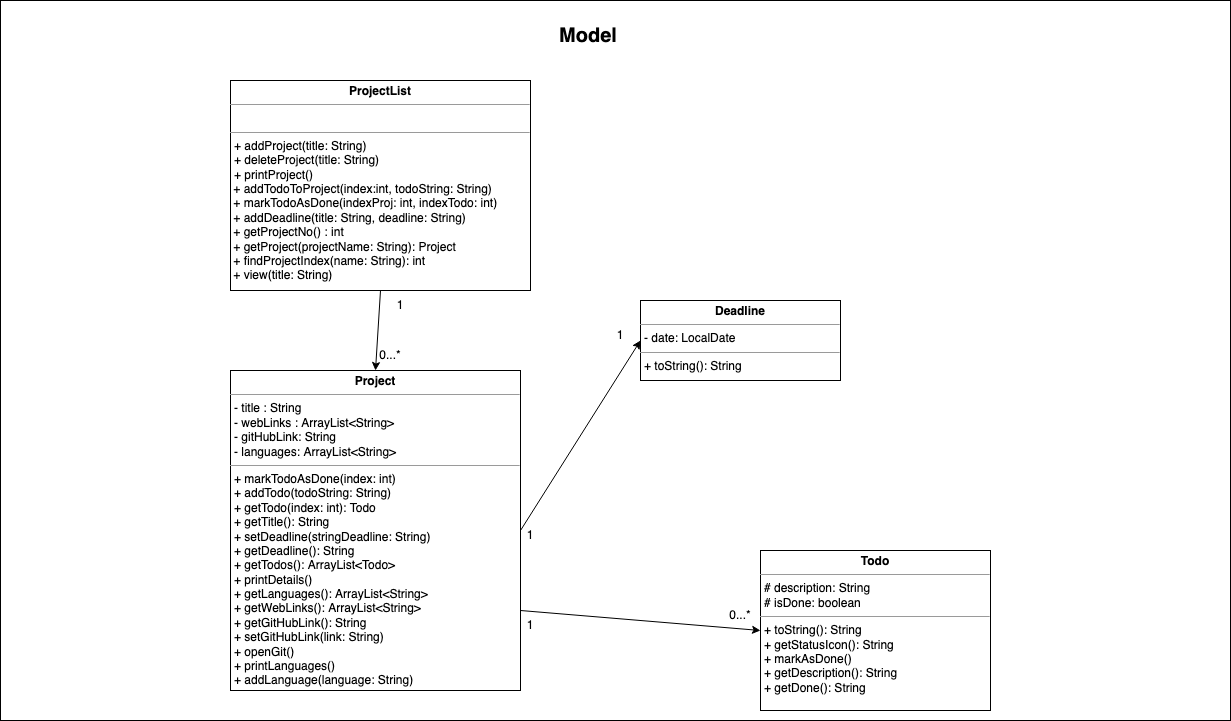
This is docs/UmlDiagrams/Model.png from nus-cs2113-AY2122S2/tp, a draw.io export, as it was before one commit. Source tidied: cells renumbered, new cells last; positions are measured from the earlier drawing's top-left corner, leaving out a move shared by most shapes.
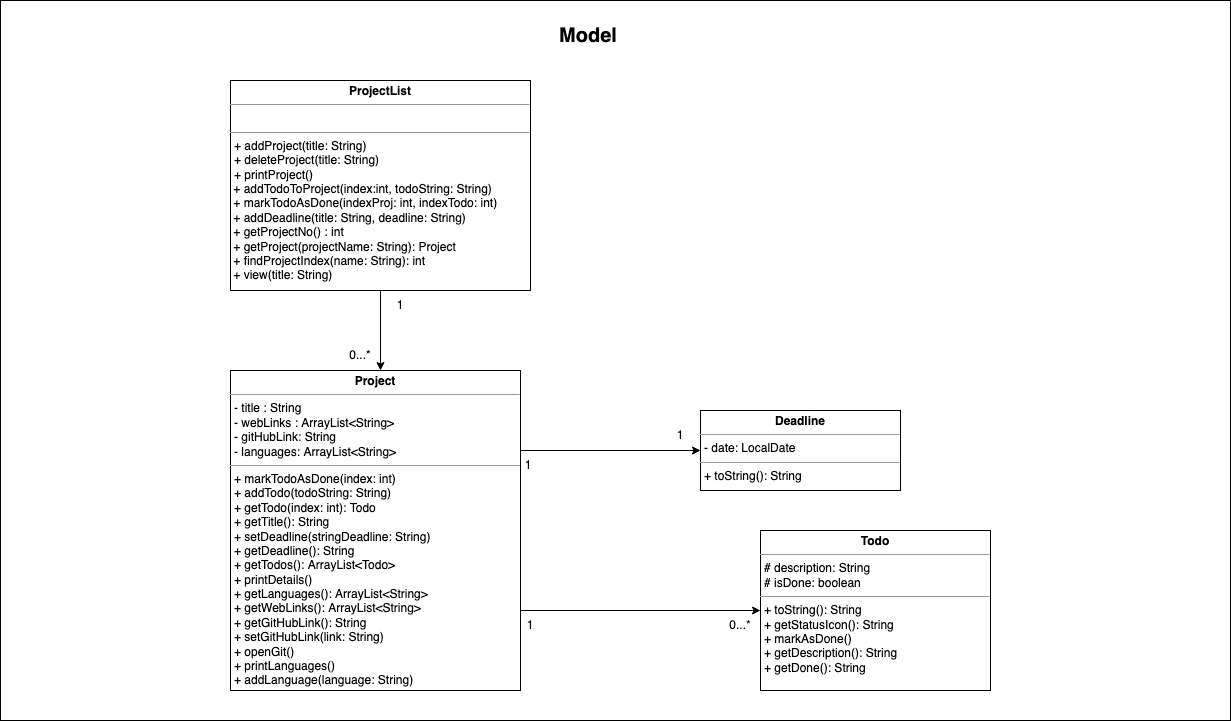
The same diagram one commit later.

What changed in the source:
```diff
@@ -5,13 +5,15 @@
     <mxCell id="2" style="rounded=0;whiteSpace=wrap;html=1;" parent="1" vertex="1">
       <mxGeometry width="1230" height="720" as="geometry" />
     </mxCell>
-    <mxCell id="3" style="rounded=0;jettySize=auto;html=1;exitX=0.5;exitY=1;exitDx=0;exitDy=0;entryX=0.5;entryY=0;entryDx=0;entryDy=0;" parent="1" edge="1" source="4" target="7">
-      <mxGeometry relative="1" as="geometry" />
+    <mxCell id="3" style="rounded=0;jettySize=auto;html=1;exitX=0.5;exitY=1;exitDx=0;exitDy=0;" parent="1" edge="1" source="4">
+      <mxGeometry relative="1" as="geometry">
+        <mxPoint x="380" y="370" as="targetPoint" />
+      </mxGeometry>
     </mxCell>
     <mxCell id="4" value="&lt;p style=&quot;margin: 0px ; margin-top: 4px ; text-align: center&quot;&gt;&lt;b&gt;ProjectList&lt;/b&gt;&lt;/p&gt;&lt;hr size=&quot;1&quot;&gt;&lt;p style=&quot;margin: 0px ; margin-left: 4px&quot;&gt;&lt;br&gt;&lt;/p&gt;&lt;hr size=&quot;1&quot;&gt;&lt;p style=&quot;margin: 0px ; margin-left: 4px&quot;&gt;+ addProject(title: String)&lt;/p&gt;&lt;p style=&quot;margin: 0px ; margin-left: 4px&quot;&gt;+ deleteProject(title: String)&lt;/p&gt;&lt;p style=&quot;margin: 0px ; margin-left: 4px&quot;&gt;+ printProject()&lt;/p&gt;&amp;nbsp;+ addTodoToProject(index:int, todoString: String)&lt;br&gt;&amp;nbsp;+ markTodoAsDone(indexProj: int, indexTodo: int)&lt;br&gt;&amp;nbsp;+ addDeadline(title: String, deadline: String)&lt;br&gt;&amp;nbsp;+ getProjectNo() : int&lt;br&gt;&amp;nbsp;+ getProject(projectName: String): Project&lt;br&gt;&amp;nbsp;+ findProjectIndex(name: String): int&lt;br&gt;&amp;nbsp;+ view(title: String)" style="verticalAlign=top;align=left;overflow=fill;fontSize=12;fontFamily=Helvetica;html=1;" parent="1" vertex="1">
       <mxGeometry x="230" y="80" width="300" height="210" as="geometry" />
     </mxCell>
-    <mxCell id="5" style="edgeStyle=none;rounded=0;jettySize=auto;html=1;exitX=1;exitY=0.5;exitDx=0;exitDy=0;entryX=0;entryY=0.5;entryDx=0;entryDy=0;" parent="1" edge="1" source="7" target="8">
+    <mxCell id="5" style="edgeStyle=none;rounded=0;jettySize=auto;html=1;exitX=1;exitY=0.25;exitDx=0;exitDy=0;entryX=0;entryY=0.5;entryDx=0;entryDy=0;" parent="1" edge="1" source="7" target="8">
       <mxGeometry relative="1" as="geometry" />
     </mxCell>
     <mxCell id="6" style="edgeStyle=none;rounded=0;jettySize=auto;html=1;exitX=1;exitY=0.75;exitDx=0;exitDy=0;entryX=0;entryY=0.5;entryDx=0;entryDy=0;" parent="1" edge="1" source="7" target="9">
@@ -21,28 +23,28 @@
       <mxGeometry x="230" y="370" width="290" height="320" as="geometry" />
     </mxCell>
     <mxCell id="8" value="&lt;p style=&quot;margin: 0px ; margin-top: 4px ; text-align: center&quot;&gt;&lt;b&gt;Deadline&lt;/b&gt;&lt;/p&gt;&lt;hr size=&quot;1&quot;&gt;&lt;p style=&quot;margin: 0px ; margin-left: 4px&quot;&gt;- date: LocalDate&lt;/p&gt;&lt;hr size=&quot;1&quot;&gt;&lt;p style=&quot;margin: 0px ; margin-left: 4px&quot;&gt;+ toString(): String&lt;/p&gt;" style="verticalAlign=top;align=left;overflow=fill;fontSize=12;fontFamily=Helvetica;html=1;" parent="1" vertex="1">
-      <mxGeometry x="640" y="300" width="200" height="80" as="geometry" />
+      <mxGeometry x="700" y="410" width="200" height="80" as="geometry" />
     </mxCell>
     <mxCell id="9" value="&lt;p style=&quot;margin: 0px ; margin-top: 4px ; text-align: center&quot;&gt;&lt;b&gt;Todo&lt;/b&gt;&lt;/p&gt;&lt;hr size=&quot;1&quot;&gt;&lt;p style=&quot;margin: 0px ; margin-left: 4px&quot;&gt;# description: String&lt;/p&gt;&lt;p style=&quot;margin: 0px ; margin-left: 4px&quot;&gt;# isDone: boolean&lt;/p&gt;&lt;hr size=&quot;1&quot;&gt;&lt;p style=&quot;margin: 0px ; margin-left: 4px&quot;&gt;+ toString(): String&lt;/p&gt;&lt;p style=&quot;margin: 0px ; margin-left: 4px&quot;&gt;+ getStatusIcon(): String&lt;/p&gt;&lt;p style=&quot;margin: 0px ; margin-left: 4px&quot;&gt;+ markAsDone()&lt;/p&gt;&lt;p style=&quot;margin: 0px ; margin-left: 4px&quot;&gt;+ getDescription(): String&lt;/p&gt;&lt;p style=&quot;margin: 0px ; margin-left: 4px&quot;&gt;+ getDone(): String&lt;/p&gt;" style="verticalAlign=top;align=left;overflow=fill;fontSize=12;fontFamily=Helvetica;html=1;" parent="1" vertex="1">
-      <mxGeometry x="760" y="550" width="230" height="160" as="geometry" />
+      <mxGeometry x="760" y="530" width="230" height="160" as="geometry" />
     </mxCell>
     <mxCell id="10" value="0...*" style="text;html=1;strokeColor=none;fillColor=none;align=center;verticalAlign=middle;whiteSpace=wrap;rounded=0;" parent="1" vertex="1">
-      <mxGeometry x="360" y="340" width="60" height="30" as="geometry" />
+      <mxGeometry x="330" y="340" width="60" height="30" as="geometry" />
     </mxCell>
     <mxCell id="11" value="1" style="text;html=1;strokeColor=none;fillColor=none;align=center;verticalAlign=middle;whiteSpace=wrap;rounded=0;" parent="1" vertex="1">
       <mxGeometry x="370" y="290" width="60" height="30" as="geometry" />
     </mxCell>
     <mxCell id="12" value="1" style="text;html=1;strokeColor=none;fillColor=none;align=center;verticalAlign=middle;whiteSpace=wrap;rounded=0;" parent="1" vertex="1">
-      <mxGeometry x="500" y="520" width="60" height="30" as="geometry" />
+      <mxGeometry x="498" y="450" width="60" height="30" as="geometry" />
     </mxCell>
     <mxCell id="13" value="1" style="text;html=1;strokeColor=none;fillColor=none;align=center;verticalAlign=middle;whiteSpace=wrap;rounded=0;" parent="1" vertex="1">
-      <mxGeometry x="590" y="320" width="60" height="30" as="geometry" />
+      <mxGeometry x="650" y="420" width="60" height="30" as="geometry" />
     </mxCell>
     <mxCell id="14" value="1" style="text;html=1;strokeColor=none;fillColor=none;align=center;verticalAlign=middle;whiteSpace=wrap;rounded=0;" parent="1" vertex="1">
       <mxGeometry x="500" y="610" width="60" height="30" as="geometry" />
     </mxCell>
     <mxCell id="15" value="0...*" style="text;html=1;strokeColor=none;fillColor=none;align=center;verticalAlign=middle;whiteSpace=wrap;rounded=0;" parent="1" vertex="1">
-      <mxGeometry x="710" y="600" width="60" height="30" as="geometry" />
+      <mxGeometry x="710" y="610" width="60" height="30" as="geometry" />
     </mxCell>
     <mxCell id="16" value="&lt;font style=&quot;font-size: 20px&quot;&gt;&lt;b&gt;Model&lt;/b&gt;&lt;/font&gt;" style="text;html=1;strokeColor=none;fillColor=none;align=center;verticalAlign=middle;whiteSpace=wrap;rounded=0;" parent="1" vertex="1">
       <mxGeometry x="558" y="20" width="60" height="30" as="geometry" />
```
